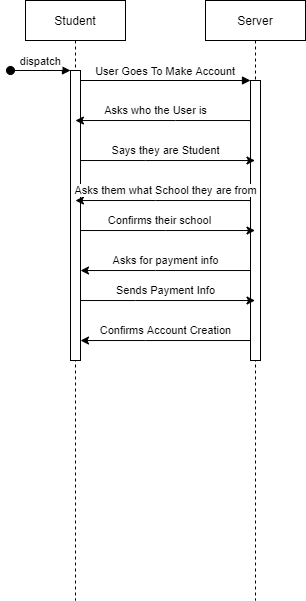
Above: Deliverables/Week_3/Use_Case/Student/Sequence Diagrams/User_Maintenance.png in Hanandrof/Group-3-Repository (draw.io), before the change. Source tidied: cells renumbered, new cells last; positions are measured from the earlier drawing's top-left corner, leaving out a move shared by most shapes.
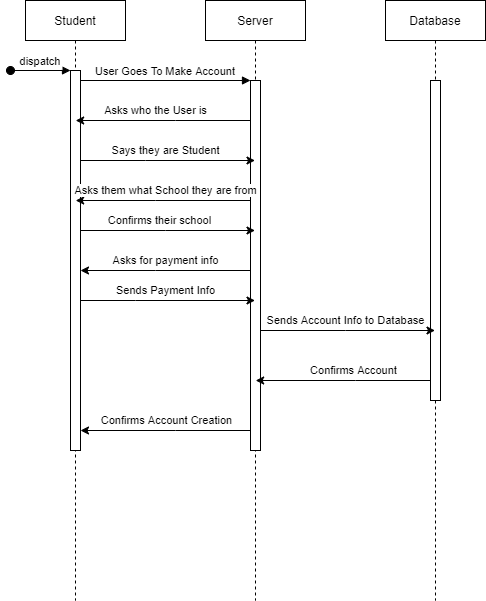
The same file after the commit.

Diff of the diagram source:
```diff
@@ -6,7 +6,7 @@
       <mxGeometry x="15" width="100" height="600" as="geometry" />
     </mxCell>
     <mxCell id="3" style="points=[];perimeter=orthogonalPerimeter;rounded=0;shadow=0;strokeWidth=1;" parent="2" vertex="1">
-      <mxGeometry x="45" y="70" width="10" height="290" as="geometry" />
+      <mxGeometry x="45" y="70" width="10" height="380" as="geometry" />
     </mxCell>
     <mxCell id="4" value="dispatch" style="verticalAlign=bottom;startArrow=oval;endArrow=block;startSize=8;shadow=0;strokeWidth=1;" parent="2" edge="1" target="3">
       <mxGeometry relative="1" as="geometry">
@@ -17,7 +17,7 @@
       <mxGeometry x="195" width="100" height="600" as="geometry" />
     </mxCell>
     <mxCell id="6" style="points=[];perimeter=orthogonalPerimeter;rounded=0;shadow=0;strokeWidth=1;" parent="5" vertex="1">
-      <mxGeometry x="45" y="80" width="10" height="280" as="geometry" />
+      <mxGeometry x="45" y="80" width="10" height="370" as="geometry" />
     </mxCell>
     <mxCell id="7" value="User Goes To Make Account" style="verticalAlign=bottom;endArrow=block;entryX=0;entryY=0;shadow=0;strokeWidth=1;" parent="1" edge="1" source="3" target="6">
       <mxGeometry relative="1" as="geometry" />
@@ -93,8 +93,8 @@
     <mxCell id="18" style="edgeStyle=orthogonalEdgeStyle;rounded=0;jettySize=auto;html=1;" parent="1" edge="1" source="6" target="3">
       <mxGeometry relative="1" as="geometry">
         <Array as="points">
-          <mxPoint x="135" y="340" />
-          <mxPoint x="135" y="340" />
+          <mxPoint x="165" y="430" />
+          <mxPoint x="165" y="430" />
         </Array>
       </mxGeometry>
     </mxCell>
@@ -103,5 +103,37 @@
         <mxPoint x="14.4" y="-10" as="offset" />
       </mxGeometry>
     </mxCell>
+    <mxCell id="20" value="Database" style="shape=umlLifeline;perimeter=lifelinePerimeter;rounded=0;shadow=0;strokeWidth=1;" parent="1" vertex="1">
+      <mxGeometry x="375" width="100" height="600" as="geometry" />
+    </mxCell>
+    <mxCell id="21" style="points=[];perimeter=orthogonalPerimeter;rounded=0;shadow=0;strokeWidth=1;" parent="20" vertex="1">
+      <mxGeometry x="45" y="80" width="10" height="320" as="geometry" />
+    </mxCell>
+    <mxCell id="22" style="edgeStyle=orthogonalEdgeStyle;rounded=0;jettySize=auto;html=1;" parent="1" edge="1" source="6" target="20">
+      <mxGeometry relative="1" as="geometry">
+        <Array as="points">
+          <mxPoint x="335" y="330" />
+          <mxPoint x="335" y="330" />
+        </Array>
+      </mxGeometry>
+    </mxCell>
+    <mxCell id="23" value="Sends Account Info to Database" style="edgeLabel;html=1;align=center;verticalAlign=middle;" parent="22" vertex="1">
+      <mxGeometry x="-0.17" y="4" relative="1" as="geometry">
+        <mxPoint x="13" y="-6" as="offset" />
+      </mxGeometry>
+    </mxCell>
+    <mxCell id="24" style="edgeStyle=orthogonalEdgeStyle;rounded=0;jettySize=auto;html=1;" parent="1" edge="1" source="21" target="5">
+      <mxGeometry relative="1" as="geometry">
+        <Array as="points">
+          <mxPoint x="345" y="380" />
+          <mxPoint x="345" y="380" />
+        </Array>
+      </mxGeometry>
+    </mxCell>
+    <mxCell id="25" value="Confirms Account" style="edgeLabel;html=1;align=center;verticalAlign=middle;" parent="24" vertex="1">
+      <mxGeometry x="-0.12" relative="1" as="geometry">
+        <mxPoint y="-10" as="offset" />
+      </mxGeometry>
+    </mxCell>
   </root>
 </mxGraphModel>
```
